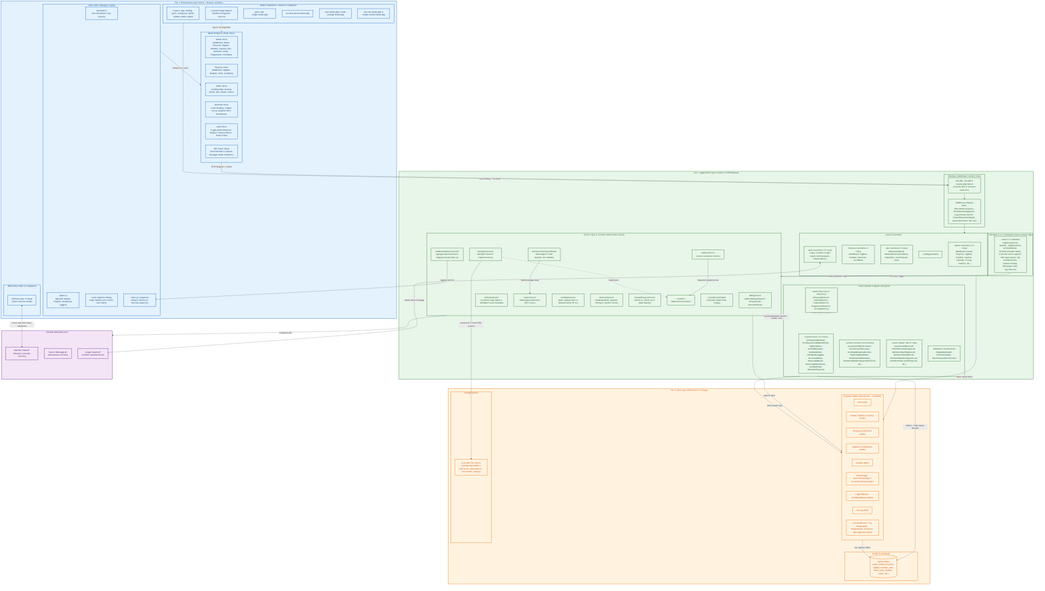
rafifarsyapradiva/asri-boarding-house keeps this Mermaid diagram as Blueprint/component/component_diagram_kost.png. Above is the earlier version. Its source is kept beside it as Blueprint/component/component_diagram_kost.mmd.
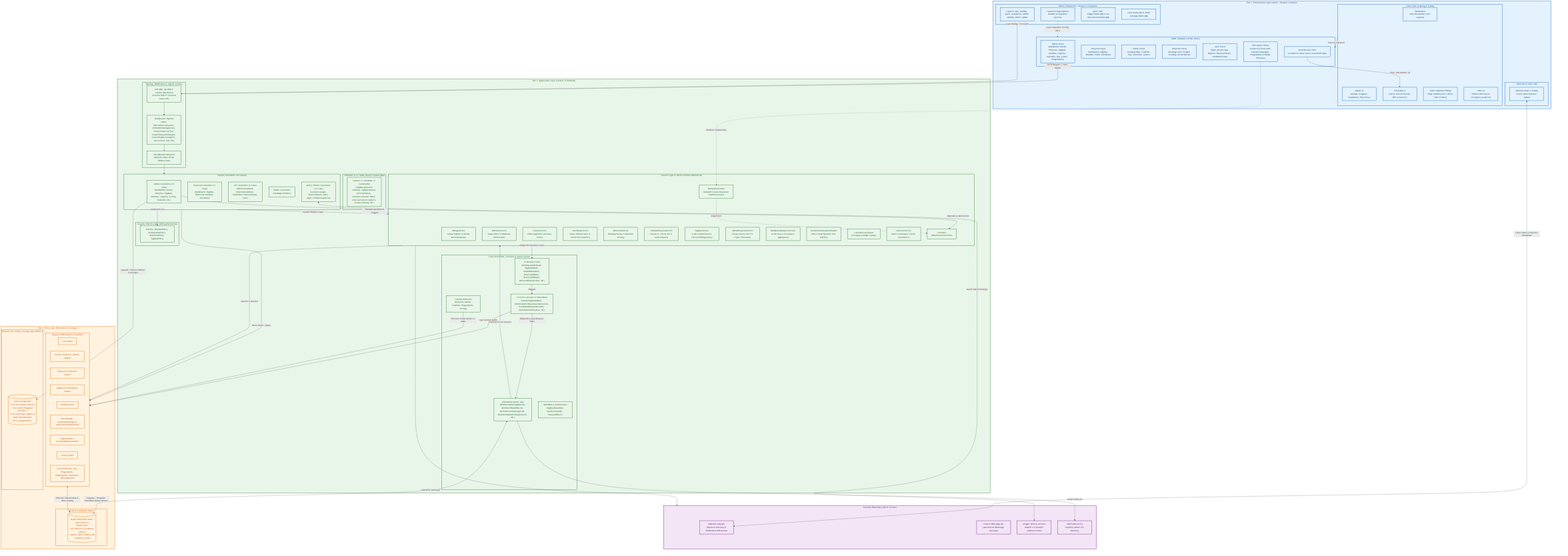
After the change.

Diff of the diagram source:
```diff
@@ -2,139 +2,153 @@
     subgraph PresentationTier["Tier 1: Presentation Layer (Client / Browser Interface)"]
         direction TB
         subgraph Views["Blade Templates (HTML Views)"]
-            AdminViews["Admin Views<br/>(Dashboard, Kamar, Penyewa, Tagihan, Keluhan, Laporan, FAQ, Kalender, Galeri, Pengeluaran, Notifikasi)"]
+            AdminViews["Admin Views<br/>(Dashboard, Kamar, Penyewa, Tagihan, Keluhan, Laporan, Kalender, FAQ, Galeri, Pengeluaran)"]
             PenyewaViews["Penyewa Views<br/>(Dashboard, Tagihan, Keluhan, Profil, Notifikasi)"]
-            PublicViews["Public Views<br/>(Landing Page, Katalog Kamar, FAQ, Ulasan, Galeri)"]
-            ReservasiViews["Reservasi Views<br/>(Form Booking, Stepper Status, Dynamic Price Breakdown)"]
-            AuthViews["Auth Views<br/>(Login Admin/Penyewa, Register, Password Reset, Verify Email)"]
-            PdfViews["PDF Export Views<br/>(Nota Kuitansi & Laporan Keuangan Blade Templates)"]
+            PublicViews["Public Views<br/>(Landing Page, Fasilitas, FAQ, Testimoni, Galeri)"]
+            ReservasiViews["Reservasi Views<br/>(Booking Form, Stepper Tracking, Detail Kamar)"]
+            AuthViews["Auth Views<br/>(Multi-portal Login, Register, Password Reset, Verifikasi Email)"]
+            NotaView["Nota Receipt View<br/>(resources/views/nota/cetak.blade.php)"]
+            PdfExportViews["PDF Report Views<br/>(resources/views/pdf/ Laporan Keuangan, Pengeluaran & Rekap Penyewa)"]
         end
 
         subgraph ReusableComp["Blade Components, Layouts & Composers"]
             LayoutComp["Layouts: app, landing, guest, navigation, admin-sidebar, admin-topbar"]
             ViewComposer["LayoutSettingComposer<br/>(Global Setting Data Injector)"]
-            ChatBox["guest-chat-widget.blade.php"]
-            WAButton["wa-float-button.blade.php"]
-            Toast["toast.blade.php & flash-message.blade.php"]
-            ChatBoxReserv["chat-box.blade.php & modal-confirm.blade.php"]
+            ChatWidget["guest-chat-widget.blade.php & wa-float-button.blade.php"]
+            ToastComp["toast.blade.php & flash-message.blade.php"]
         end
 
         subgraph ClientScript["Client-Side Scripting & Styling"]
             Tailwind["TailwindCSS<br/>(Neo-Brutalisme Style Layouts)"]
-            AlpineJS["Alpine.js<br/>(Dynamic Modals, Steppers, Dropdowns, Toggles)"]
-            AJAXPoll["Smart Adaptive Polling<br/>(Page Visibility API & Delta Chat Poller)"]
-            ChartJS["Chart.js Component<br/>(Visual Cash Flow & Revenue Analytics)"]
+            AlpineJS["Alpine.js<br/>(Modals, Steppers, Dropdowns, Reactivity)"]
+            Html2Pdf["html2pdf.js<br/>(Client-Side A5 Receipt PDF Generator)"]
+            AdaptivePoll["Smart Adaptive Polling<br/>(Page Visibility API & Delta Chat Fetcher)"]
+            ChartJS["Chart.js<br/>(Visual Cash Flow & Occupancy Analytics)"]
         end
 
-        subgraph ExtClient["Third-Party Client UI Component"]
-            MidtransSnap["Midtrans Snap JS Popup<br/>(Client Payment Modal)"]
+        subgraph ExtClient["Third-Party Client SDK"]
+            MidtransSnap["Midtrans Snap JS Popup<br/>(Client Multi-Payment Modal)"]
         end
     end
 
-    subgraph ApplicationTier["Tier 2: Application Layer (Laravel 11 PHP Backend)"]
+    subgraph ApplicationTier["Tier 2: Application Layer (Laravel 11 Backend)"]
         direction TB
-        subgraph RoutingMiddleware["Routing & Middleware Security Stack"]
+        subgraph RoutingMiddleware["Routing, Middleware & Ingress Security"]
             Routes["web.php, api.php & console.php Routes<br/>(Stateful Web & Stateless Guest API)"]
-            Middleware["Middleware Pipeline<br/>(Auth, Role:admin/penyewa, VerifyMidtransSignature, EnsureTenantIsActive, EnsurePasswordChanged, GuestChatLimiter SHA-256)"]
+            Middleware["Middleware Pipeline<br/>(Auth, Role:admin/penyewa, VerifyMidtransSignature, EnsureTenantIsActive, EnsurePasswordChanged, EnsureProfileIsComplete, RateLimiter SHA-256)"]
+            PortalRedirect["PortalRedirectResolver<br/>(Dynamic Multi-Portal Redirections)"]
         end
 
-        subgraph Controllers["Laravel Controllers"]
-            AdminCtrl["Admin Controllers (19 Class)<br/>(Dashboard, Kamar, Penyewa, Tagihan, Keluhan, Laporan, Calendar, Setting, Fasilitas, dll.)"]
-            PenyewaCtrl["Penyewa Controllers (5 Class)<br/>(Dashboard, Tagihan, Keluhan, Reservasi, Notifikasi)"]
-            ApiCtrl["Api Controllers (5 Class)<br/>(MidtransCallback, MidtransReservasiCallback, SnapToken, GuestChatApi, Chat)"]
-            PublicCtrl["LandingController"]
-            AuthCtrl["Auth Controllers (11 Class)<br/>(Login, Socialite Google OAuth, ReservasiAuth, PasswordReset)"]
+        subgraph Controllers["Laravel Controllers (41 Classes)"]
+            AdminCtrl["Admin Controllers (19 Class)<br/>(Dashboard, Kamar, Penyewa, Tagihan, Keluhan, Laporan, Setting, Kalender, dll.)"]
+            PenyewaCtrl["Penyewa Controllers (5 Class)<br/>(Dashboard, Tagihan, Reservasi, Keluhan, Notifikasi)"]
+            ApiCtrl["API Controllers (5 Class)<br/>(MidtransCallback, ReservasiCallback, SnapToken, GuestChatApi, Chat)"]
+            PublicCtrl["Public Controllers<br/>(LandingController)"]
+            AuthCtrl["Auth & Profile Controllers (11 Class)<br/>(Socialite Google, ReservasiAuth, Multi-Login, ProfileCompletion)"]
         end
 
-        subgraph Services["Service Layer & Interface Abstractions (SOLID)"]
-            BillingServ["BillingService<br/>(Siklus Billing Bulanan & Hitung Denda Keterlambatan)"]
-            MidtransServ["MidtransService<br/>(Generate Snap Token & Verifikasi Status Transaksi)"]
-            FonnteServ["FonnteService<br/>(WhatsApp Notification REST Client)"]
-            NotifServ["NotifikasiService<br/>(Multi-channel Alert & Sanitasi Nomor HP '62')"]
-            ReservasiServ["ReservasiService<br/>(Booking Kamar, Dynamic Pricing & Voucher Check)"]
-            TransisiServ["TransisiPenyewaService<br/>(Check-in, Check-out & Audit Deposit)"]
-            DashboardServ["DashboardAnalyticsService<br/>(Agregasi Data Arus Kas & Okupansi untuk Chart.js)"]
-            TemplateServ["NotificationTemplateBuilder<br/>(WhatsApp & Email Dynamic Text Builder)"]
-            PdfNotaServ["PdfNotaService<br/>(Invoice Generator Service)"]
-            PdfInterface["« Interface »<br/>PdfGeneratorInterface"]
-            DompdfImpl["DompdfGenerator<br/>(Dompdf Concrete Implementation)"]
-            CalendarStyle["CalendarStyleHelper<br/>(Calendar Visual Event Styling)"]
+        subgraph SecurityPolicies["Eloquent Policies (Anti-IDOR Authorization)"]
+            Policies["Policies: KeluhanPolicy, PembayaranPolicy, ReservasiPolicy, TagihanPolicy"]
         end
 
-        subgraph EventsListeners["Event/Listener & Queue Job System"]
-            Events["Laravel Events (11 Events)<br/>(PembayaranBerhasil, PembayaranCashDikonfirmasi, TagihanDibuat, DendaDikenakan, KeluhanDibuat, KeluhanDitanggapi, ReservasiDibuat, ReservasiDibayar, ReservasiDikonfirmasi, NotifikasiWali, ReminderPenyewa)"]
-            Listeners["Laravel Listeners (14 Listeners)<br/>(GeneratePdfNotaListener, ProsesTransisiPenyewa, NotifikasiKhususSubscriber, HandleTagihanDibuat, HandleDendaDikenakan, KirimNotifikasiPembayaranReservasi, dll.)"]
-            Jobs["Laravel Queue Jobs (9 Jobs)<br/>(GeneratePdfNotaJob, KirimWelcomeMessageJob, KirimNotifikasiTagihanJob, KirimNotifikasiWaliJob, KirimNotifikasiPembayaranJob, KirimReminderJatuhTempoJob, dll.)"]
-            MailNotif["Mailables & Notifications<br/>(TagihanBulanMail, NotificationMail, ResetPasswordNotification)"]
-            Observers["Model Observers (5 Observers)<br/>(PenyewaObserver, KamarObserver, FasilitasObserver, PengeluaranObserver, SettingObserver)"]
+        subgraph Services["Service Layer & SOLID Interface Abstraction"]
+            BillingServ["BillingService<br/>(Siklus Tagihan & Denda Keterlambatan)"]
+            MidtransServ["MidtransService<br/>(Snap Token & Webhook Verification)"]
+            FonnteServ["FonnteService<br/>(WhatsApp REST Gateway Client)"]
+            NotifServ["NotifikasiService<br/>(Multi-channel Alert & Nomor HP Sanitizer)"]
+            ReservasiServ["ReservasiService<br/>(Booking Kamar & Dynamic Pricing)"]
+            TransisiServ["TransisiPenyewaService<br/>(Check-in, Check-out & Audit Deposit)"]
+            TagihanServ["TagihanService<br/>(Cash Confirmation & Filtered Billing Query)"]
+            AdminPenyewaServ["AdminPenyewaService<br/>(Tenant Query Filter & Export Processor)"]
+            DashboardServ["DashboardAnalyticsService<br/>(Cash Flow & Occupancy Aggregator)"]
+            TemplateServ["NotificationTemplateBuilder<br/>(WA & Email Dynamic Text Builder)"]
+            CalendarHelper["CalendarStyleHelper<br/>(Occupancy Badge Styling)"]
+            SanitizerHelper["SanitizerService<br/>(Data Cleansing & Format Normalizer)"]
+
+            PdfInterface["« Interface »<br/>PdfGeneratorInterface"]
+            DompdfAdapter["DompdfGenerator<br/>(Dompdf Stream Download Implementation)"]
         end
 
-        subgraph SystemScheduler["Scheduler & CLI Commands (routes/console.php)"]
-            ConsoleKernel["Laravel 11 Scheduler<br/>(tagihan:generate-bulanan, tagihan:proses-keterlambatan, kontrak:reminder-habis, reservasi:cancel-expired, chat-guest:prune, log-notifikasi:clear, session:cleanup, abh:purge-trash, log:truncate)"]
+        subgraph EventsListeners["Event-Driven Bus, Listeners & Queue System"]
+            Events["11 Domain Events<br/>(PembayaranBerhasil, TagihanDibuat, DendaDikenakan, ReservasiDibuat, ReservasiDibayar, ReservasiDikonfirmasi, dll.)"]
+            Listeners["12 Event Listeners & Subscribers<br/>(HandleTagihanDibuat, KirimEmailPembayaranCashListener, NotifikasiKhususSubscriber, ProsesTransisiPenyewa, dll.)"]
+            Jobs["8 Database Queue Jobs<br/>(KirimNotifikasiTagihanJob, KirimNotifikasiWaliJob, KirimWelcomeMessageJob, KirimNotifikasiPembayaranJob, dll.)"]
+            Mailables["Mailables & Notifications<br/>(TagihanBulanMail, NotificationMail, PasswordReset)"]
+            Observers["5 Model Observers<br/>(Penyewa, Kamar, Fasilitas, Pengeluaran, Setting)"]
+        end
+
+        subgraph SystemScheduler["Scheduler & CLI Tasks (routes/console.php)"]
+            Scheduler["Laravel 11 Scheduler (9 Commands)<br/>(tagihan:generate-bulanan, tagihan:proses-keterlambatan, kontrak:reminder-habis, reservasi:cancel-expired, session:cleanup, dll.)"]
         end
     end
 
     subgraph DataTier["Tier 3: Data Layer (Persistence & Storage)"]
         direction TB
-        subgraph EloquentORM["Eloquent Models (Data Access - 21 Models)"]
+        subgraph EloquentORM["Eloquent ORM Models (21 Models)"]
             UserModel["User Model"]
-            KamarModel["Kamar, Fasilitas & Gallery Models"]
-            PenyewaModel["Penyewa & Reservasi Models"]
-            TagihanModel["Tagihan & Pembayaran Models"]
+            KamarGroup["Kamar, Fasilitas & Gallery Models"]
+            PenyewaGroup["Penyewa & Reservasi Models"]
+            TagihanGroup["Tagihan & Pembayaran Models"]
             KeluhanModel["Keluhan Model"]
-            ChatModel["ChatMessage, GuestChatMessage & GuestChatThread Models"]
-            LogNotifModel["LogNotifikasi & NotifikasiKhusus Models"]
+            ChatGroup["ChatMessage, GuestChatMessage & GuestChatThread Models"]
+            AuditGroup["LogNotifikasi & NotifikasiKhusus Models"]
             SettingModel["Setting Model"]
-            AuxModel["CustomerReview, Faq, Pengeluaran, Pengumuman, Peraturan, WhatsappClick Models"]
+            AuxGroup["CustomerReview, Faq, Pengeluaran, Pengumuman, Peraturan, WhatsappClick"]
         end
 
-        subgraph RelationalDB["MySQL 8.x Database"]
-            Tables[("MySQL Tables<br/>(users, kamar, penyewa, tagihan, keluhan, jobs, failed_jobs, sessions, cache, dll.)")]
+        subgraph RelationalDB["MySQL 8.x Database Engine"]
+            Tables[("MySQL Relational Tables<br/>- Master Data & Transactions<br/>- Soft Deletes & Composite Indexes<br/>- Queue: jobs & failed_jobs<br/>- Sessions & Cache")]
         end
 
-        subgraph FileStorage["Storage System"]
-            Disk["Local Disk File System (storage/app/public/)<br/>(PDF Notes, Room Photos, User Avatars, Gallery)"]
+        subgraph FileStorage["Physical File Storage (storage/app/public/)"]
+            Disk[("Local Storage Disk<br/>- Foto Unit Kamar (kamar/)<br/>- Foto Avatar Pengguna (avatars/)<br/>- Foto Galeri Kost (gallery/)<br/>- Bukti Kuitansi Kasir (nota_pengeluaran/)")]
         end
     end
 
-    subgraph ExternalSystems["External Third-Party APIs"]
+    subgraph ExternalSystems["External Third-Party APIs & Services"]
         direction LR
-        MidtransAPI["Midtrans Snap API<br/>(Payment Gateway Services)"]
-        FonnteAPI["Fonnte WhatsApp API<br/>(WA Gateway Services)"]
-        GoogleOAuth["Google OAuth API<br/>(Socialite Authentication)"]
+        MidtransAPI["Midtrans Snap API<br/>(Payment Gateway & Webhook Notifications)"]
+        FonnteAPI["Fonnte WhatsApp API<br/>(Automated WhatsApp Gateway)"]
+        GoogleOAuth["Google Identity Services<br/>(OAuth 2.0 Socialite Authentication)"]
+        SMTPGateway["SMTP Mail Server<br/>(Symfony Mailer TLS Delivery)"]
     end
 
-    Views -->|"HTTP Requests / Forms"| Routes
+    Views -->|"HTTP Request / Form Submit"| Routes
     ReusableComp -->|"AJAX Polling / Fetch API"| Routes
-    ViewComposer -.->|"Injects Settings Data"| Views
-    ClientScript -->|"Enhances & Styles"| Views
+    NotaView -->|"Client-Side Render via"| Html2Pdf
+    ViewComposer -.->|"Injects Dynamic Setting Data"| Views
+    ClientScript -->|"Styles & Enhances"| Views
 
     Routes --> Middleware
-    Middleware --> Controllers
+    Middleware --> PortalRedirect
+    PortalRedirect --> Controllers
 
+    Controllers -->|"Authorizes via"| Policies
     Controllers -->|"Invokes Business Logic"| Services
-    Controllers -->|"Direct Read/Write"| EloquentORM
+    Controllers -->|"Direct Read / Query"| EloquentORM
 
-    PdfNotaServ -->|"Depends On Abstraction"| PdfInterface
-    DompdfImpl -.->|"Implements"| PdfInterface
+    AdminCtrl -->|"Depends on Abstraction"| PdfInterface
+    DompdfAdapter -.->|"Implements"| PdfInterface
+    PdfExportViews -.->|"Template rendered by"| DompdfAdapter
 
-    Services -->|"Queries Data"| EloquentORM
-    Services -->|"Integrates APIs"| ExternalSystems
-    Services -->|"Dispatches Events & Pushes Jobs"| EventsListeners
-    DashboardServ -->|"Supplies Metrics"| ChartJS
-    TemplateServ -->|"Builds Message Body"| FonnteServ
+    Services -->|"Queries & Mutates"| EloquentORM
+    Services -->|"Dispatches Domain Events"| Events
+    Services -->|"Calls REST Gateways"| ExternalSystems
 
-    EventsListeners -->|"Pushes / Pops Queue Records"| Tables
-    EventsListeners -->|"Calls Notification Services"| Services
-    EventsListeners -->|"Writes Audit Logs"| EloquentORM
-    Observers -->|"Hooks Model Lifecycle"| EventsListeners
+    Events -->|"Triggers"| Listeners
+    Listeners -->|"Dispatches Asynchronous Tasks"| Jobs
+    Listeners -->|"Logs Internal Audits"| EloquentORM
+    Jobs <-->|"Enqueue / Dequeue (Database Queue Driver)"| Tables
+    Jobs -->|"Sends Alerts via Services"| Services
+    Jobs -->|"Sends Emails via"| SMTPGateway
+    Observers -->|"Lifecycle Hooks Mutate & Audit"| EloquentORM
 
-    ConsoleKernel -->|"Periodic Trigger"| Services
+    Scheduler -->|"Periodic Automated Triggers"| Services
 
-    EloquentORM -->|"SQL Queries (PDO)"| Tables
-    DompdfImpl -->|"Generates & Stores PDF Invoices"| Disk
+    EloquentORM <-->|"PDO SQL Transactions & Row Locking"| Tables
+    AdminCtrl -->|"Uploads / Deletes Photos & Receipts"| Disk
 
-    MidtransSnap <-->|"Client-Side Web Token Validation"| MidtransAPI
+    MidtransSnap <-->|"Client Token & Payment Handshake"| MidtransAPI
     AuthCtrl <-->|"OAuth Token Exchange"| GoogleOAuth
 
     classDef tier1 fill:#E3F2FD,stroke:#1565C0,stroke-width:2px,color:#0D47A1;
@@ -142,7 +156,7 @@
     classDef tier3 fill:#FFF3E0,stroke:#EF6C00,stroke-width:2px,color:#E65100;
     classDef ext fill:#F3E5F5,stroke:#6A1B9A,stroke-width:2px,color:#4A148C;
 
-    class PresentationTier,Views,ReusableComp,ClientScript,ExtClient,AdminViews,PenyewaViews,PublicViews,ReservasiViews,AuthViews,PdfViews,LayoutComp,ViewComposer,ChatBox,WAButton,Toast,ChatBoxReserv,Tailwind,AlpineJS,AJAXPoll,ChartJS,MidtransSnap tier1;
-    class ApplicationTier,RoutingMiddleware,Controllers,Services,EventsListeners,SystemScheduler,Routes,Middleware,AdminCtrl,PenyewaCtrl,ApiCtrl,PublicCtrl,AuthCtrl,BillingServ,MidtransServ,FonnteServ,NotifServ,ReservasiServ,TransisiServ,DashboardServ,TemplateServ,PdfNotaServ,PdfInterface,DompdfImpl,CalendarStyle,Events,Listeners,Jobs,MailNotif,Observers,ConsoleKernel tier2;
-    class DataTier,EloquentORM,RelationalDB,FileStorage,UserModel,KamarModel,PenyewaModel,TagihanModel,KeluhanModel,ChatModel,LogNotifModel,SettingModel,AuxModel,Tables,Disk tier3;
-    class ExternalSystems,MidtransAPI,FonnteAPI,GoogleOAuth ext;
+    class PresentationTier,Views,ReusableComp,ClientScript,ExtClient,AdminViews,PenyewaViews,PublicViews,ReservasiViews,AuthViews,NotaView,PdfExportViews,LayoutComp,ViewComposer,ChatWidget,ToastComp,Tailwind,AlpineJS,Html2Pdf,AdaptivePoll,ChartJS,MidtransSnap tier1;
+    class ApplicationTier,RoutingMiddleware,Controllers,SecurityPolicies,Services,EventsListeners,SystemScheduler,Routes,Middleware,PortalRedirect,AdminCtrl,PenyewaCtrl,ApiCtrl,PublicCtrl,AuthCtrl,Policies,BillingServ,MidtransServ,FonnteServ,NotifServ,ReservasiServ,TransisiServ,TagihanServ,AdminPenyewaServ,DashboardServ,TemplateServ,CalendarHelper,SanitizerHelper,PdfInterface,DompdfAdapter,Events,Listeners,Jobs,Mailables,Observers,Scheduler tier2;
+    class DataTier,EloquentORM,RelationalDB,FileStorage,UserModel,KamarGroup,PenyewaGroup,TagihanGroup,KeluhanModel,ChatGroup,AuditGroup,SettingModel,AuxGroup,Tables,Disk tier3;
+    class ExternalSystems,MidtransAPI,FonnteAPI,GoogleOAuth,SMTPGateway ext;
```
